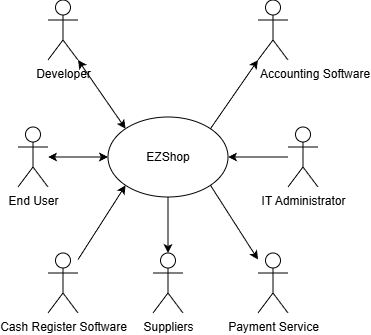
Earlier version of the draw.io export doc/media/context-diagram-ezshop.png (Picred/EZShop). Source tidied: cells renumbered, new cells last; positions are measured from the earlier drawing's top-left corner, leaving out a move shared by most shapes.
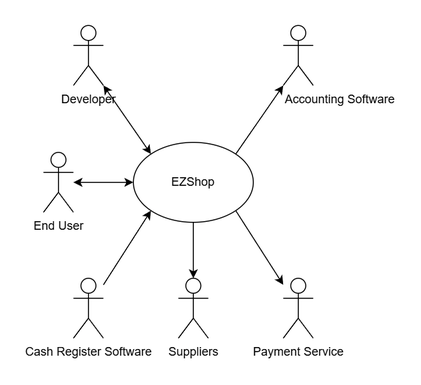
Later version of the same file.

Commit message:
doc(requirements): removed IT manager

What changed in the source:
```diff
@@ -17,9 +17,6 @@
     <mxCell id="6" value="Payment Service" style="shape=umlActor;verticalLabelPosition=bottom;verticalAlign=top;html=1;outlineConnect=0;" parent="1" vertex="1">
       <mxGeometry x="240" y="253" width="30" height="60" as="geometry" />
     </mxCell>
-    <mxCell id="7" value="IT Administrator" style="shape=umlActor;verticalLabelPosition=bottom;verticalAlign=top;html=1;outlineConnect=0;" parent="1" vertex="1">
-      <mxGeometry x="270" y="127" width="30" height="60" as="geometry" />
-    </mxCell>
     <mxCell id="8" style="endArrow=classic;html=1;rounded=0;entryX=0;entryY=1;entryDx=0;entryDy=0;" parent="1" edge="1" source="5" target="3">
       <mxGeometry relative="1" as="geometry" />
     </mxCell>
@@ -29,9 +26,6 @@
     <mxCell id="10" style="endArrow=classic;html=1;rounded=0;exitX=1;exitY=1;exitDx=0;exitDy=0;" parent="1" edge="1" source="3" target="6">
       <mxGeometry relative="1" as="geometry" />
     </mxCell>
-    <mxCell id="11" style="endArrow=classic;html=1;rounded=0;" parent="1" edge="1" source="7" target="3">
-      <mxGeometry relative="1" as="geometry" />
-    </mxCell>
     <mxCell id="12" value="Accounting Software" style="shape=umlActor;verticalLabelPosition=bottom;verticalAlign=top;html=1;outlineConnect=0;align=left;" parent="1" vertex="1">
       <mxGeometry x="240" width="30" height="60" as="geometry" />
     </mxCell>
```
